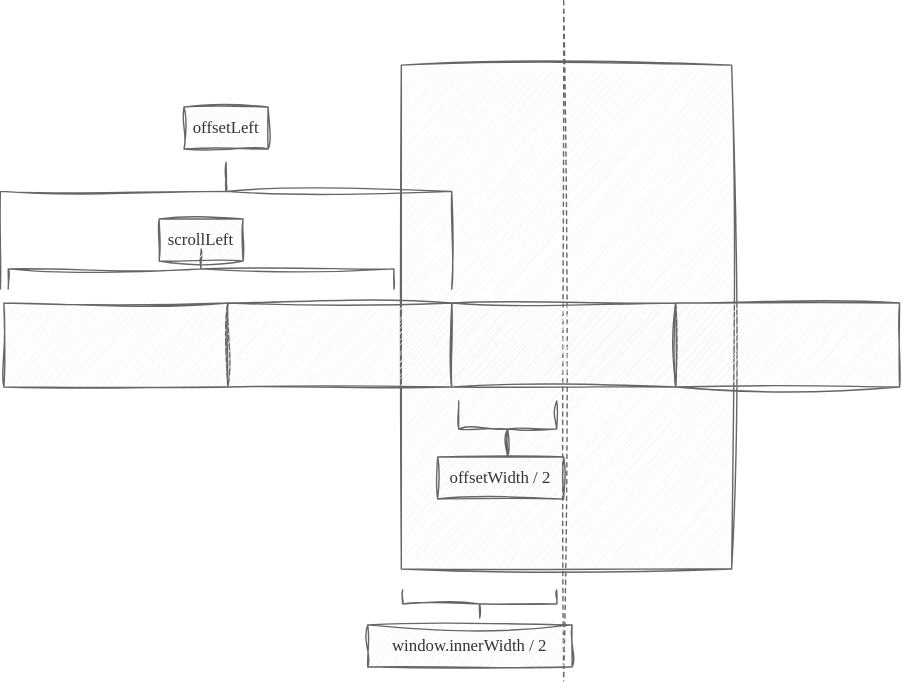
lijunlin2022/draw.io keeps this draw.io diagram as 2023-08-04-scroll-to-center.drawio.svg. Above is the earlier version. Source tidied: cells renumbered, new cells last; positions are measured from the earlier drawing's top-left corner, leaving out a move shared by most shapes.
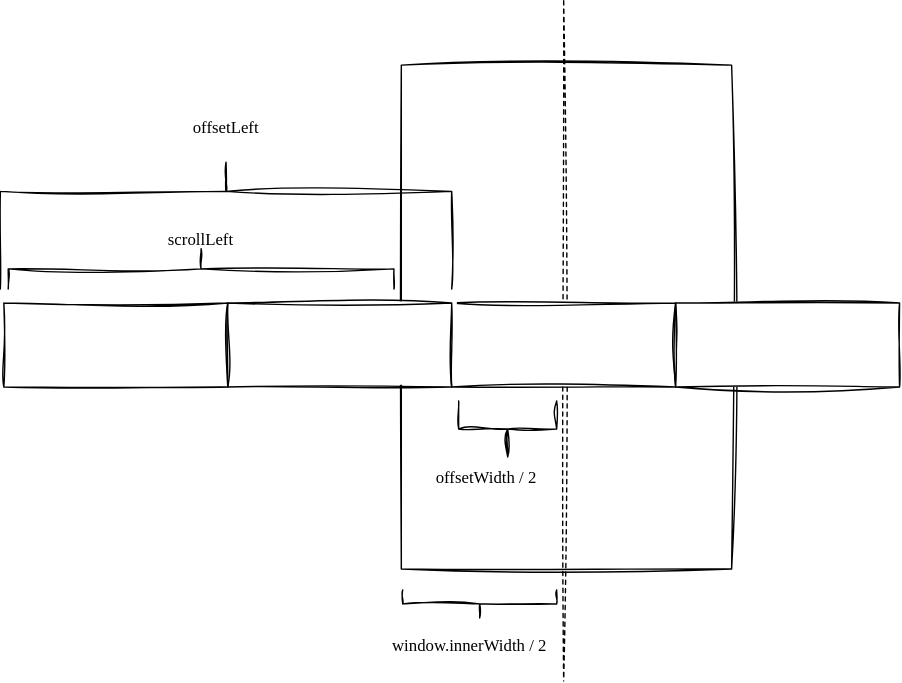
The same file after the commit.

Diff of the diagram source:
```diff
@@ -2,49 +2,49 @@
   <root>
     <mxCell id="0" />
     <mxCell id="1" parent="0" />
-    <mxCell id="2" style="whiteSpace=wrap;html=1;rounded=0;sketch=1;curveFitting=1;jiggle=2;fontFamily=Architects Daughter;fontSource=https%3A%2F%2Ffonts.googleapis.com%2Fcss%3Ffamily%3DArchitects%2BDaughter;fillColor=#f5f5f5;fontColor=#333333;strokeColor=#666666;" parent="1" vertex="1">
+    <mxCell id="2" style="whiteSpace=wrap;html=1;rounded=0;sketch=1;curveFitting=1;jiggle=2;fontFamily=Architects Daughter;fontSource=https%3A%2F%2Ffonts.googleapis.com%2Fcss%3Ffamily%3DArchitects%2BDaughter;" parent="1" vertex="1">
       <mxGeometry x="284" y="47" width="236" height="360" as="geometry" />
     </mxCell>
-    <mxCell id="3" style="orthogonalLoop=1;jettySize=auto;html=1;rounded=0;endArrow=none;endFill=0;dashed=1;sketch=1;curveFitting=1;jiggle=2;fontFamily=Architects Daughter;fontSource=https%3A%2F%2Ffonts.googleapis.com%2Fcss%3Ffamily%3DArchitects%2BDaughter;fillColor=#f5f5f5;strokeColor=#666666;" parent="1" edge="1">
+    <mxCell id="3" style="orthogonalLoop=1;jettySize=auto;html=1;rounded=0;endArrow=none;endFill=0;dashed=1;sketch=1;curveFitting=1;jiggle=2;fontFamily=Architects Daughter;fontSource=https%3A%2F%2Ffonts.googleapis.com%2Fcss%3Ffamily%3DArchitects%2BDaughter;" parent="1" edge="1">
       <mxGeometry relative="1" as="geometry">
         <mxPoint x="400" y="1" as="sourcePoint" />
         <mxPoint x="400" y="487" as="targetPoint" />
       </mxGeometry>
     </mxCell>
-    <mxCell id="4" style="rounded=0;whiteSpace=wrap;html=1;sketch=1;curveFitting=1;jiggle=2;fontFamily=Architects Daughter;fontSource=https%3A%2F%2Ffonts.googleapis.com%2Fcss%3Ffamily%3DArchitects%2BDaughter;fillColor=#f5f5f5;fontColor=#333333;strokeColor=#666666;" parent="1" vertex="1">
+    <mxCell id="4" style="rounded=0;whiteSpace=wrap;html=1;sketch=1;curveFitting=1;jiggle=2;fontFamily=Architects Daughter;fontSource=https%3A%2F%2Ffonts.googleapis.com%2Fcss%3Ffamily%3DArchitects%2BDaughter;" parent="1" vertex="1">
       <mxGeometry x="320" y="217" width="160" height="60" as="geometry" />
     </mxCell>
-    <mxCell id="5" style="rounded=0;whiteSpace=wrap;html=1;sketch=1;curveFitting=1;jiggle=2;fontFamily=Architects Daughter;fontSource=https%3A%2F%2Ffonts.googleapis.com%2Fcss%3Ffamily%3DArchitects%2BDaughter;fillColor=#f5f5f5;fontColor=#333333;strokeColor=#666666;" parent="1" vertex="1">
+    <mxCell id="5" style="rounded=0;whiteSpace=wrap;html=1;sketch=1;curveFitting=1;jiggle=2;fontFamily=Architects Daughter;fontSource=https%3A%2F%2Ffonts.googleapis.com%2Fcss%3Ffamily%3DArchitects%2BDaughter;" parent="1" vertex="1">
       <mxGeometry x="160" y="217" width="160" height="60" as="geometry" />
     </mxCell>
-    <mxCell id="6" style="rounded=0;whiteSpace=wrap;html=1;sketch=1;curveFitting=1;jiggle=2;fontFamily=Architects Daughter;fontSource=https%3A%2F%2Ffonts.googleapis.com%2Fcss%3Ffamily%3DArchitects%2BDaughter;fillColor=#f5f5f5;fontColor=#333333;strokeColor=#666666;" parent="1" vertex="1">
+    <mxCell id="6" style="rounded=0;whiteSpace=wrap;html=1;sketch=1;curveFitting=1;jiggle=2;fontFamily=Architects Daughter;fontSource=https%3A%2F%2Ffonts.googleapis.com%2Fcss%3Ffamily%3DArchitects%2BDaughter;" parent="1" vertex="1">
       <mxGeometry x="480" y="217" width="160" height="60" as="geometry" />
     </mxCell>
-    <mxCell id="7" style="rounded=0;whiteSpace=wrap;html=1;sketch=1;curveFitting=1;jiggle=2;fontFamily=Architects Daughter;fontSource=https%3A%2F%2Ffonts.googleapis.com%2Fcss%3Ffamily%3DArchitects%2BDaughter;fillColor=#f5f5f5;fontColor=#333333;strokeColor=#666666;" parent="1" vertex="1">
+    <mxCell id="7" style="rounded=0;whiteSpace=wrap;html=1;sketch=1;curveFitting=1;jiggle=2;fontFamily=Architects Daughter;fontSource=https%3A%2F%2Ffonts.googleapis.com%2Fcss%3Ffamily%3DArchitects%2BDaughter;" parent="1" vertex="1">
       <mxGeometry y="217" width="160" height="60" as="geometry" />
     </mxCell>
-    <mxCell id="8" style="shape=curlyBracket;whiteSpace=wrap;html=1;rounded=0;labelPosition=left;verticalLabelPosition=middle;align=right;verticalAlign=middle;rotation=-90;sketch=1;curveFitting=1;jiggle=2;fontFamily=Architects Daughter;fontSource=https%3A%2F%2Ffonts.googleapis.com%2Fcss%3Ffamily%3DArchitects%2BDaughter;fillColor=#f5f5f5;fontColor=#333333;strokeColor=#666666;" parent="1" vertex="1">
+    <mxCell id="8" style="shape=curlyBracket;whiteSpace=wrap;html=1;rounded=0;labelPosition=left;verticalLabelPosition=middle;align=right;verticalAlign=middle;rotation=-90;sketch=1;curveFitting=1;jiggle=2;fontFamily=Architects Daughter;fontSource=https%3A%2F%2Ffonts.googleapis.com%2Fcss%3Ffamily%3DArchitects%2BDaughter;" parent="1" vertex="1">
       <mxGeometry x="340" y="272" width="40" height="70" as="geometry" />
     </mxCell>
-    <mxCell id="9" value="offsetWidth / 2" style="text;html=1;align=center;verticalAlign=middle;whiteSpace=wrap;rounded=0;sketch=1;curveFitting=1;jiggle=2;fontFamily=Architects Daughter;fontSource=https%3A%2F%2Ffonts.googleapis.com%2Fcss%3Ffamily%3DArchitects%2BDaughter;fillColor=#f5f5f5;fontColor=#333333;strokeColor=#666666;" parent="1" vertex="1">
-      <mxGeometry x="310" y="327" width="90" height="30" as="geometry" />
+    <mxCell id="9" value="offsetWidth / 2" style="text;html=1;align=center;verticalAlign=middle;whiteSpace=wrap;rounded=0;sketch=1;curveFitting=1;jiggle=2;fontFamily=Architects Daughter;fontSource=https%3A%2F%2Ffonts.googleapis.com%2Fcss%3Ffamily%3DArchitects%2BDaughter;" parent="1" vertex="1">
+      <mxGeometry x="290" y="327" width="110" height="30" as="geometry" />
     </mxCell>
-    <mxCell id="10" style="shape=curlyBracket;whiteSpace=wrap;html=1;rounded=0;flipH=1;labelPosition=right;verticalLabelPosition=middle;align=left;verticalAlign=middle;rotation=-90;size=0.2302222222222236;sketch=1;curveFitting=1;jiggle=2;fontFamily=Architects Daughter;fontSource=https%3A%2F%2Ffonts.googleapis.com%2Fcss%3Ffamily%3DArchitects%2BDaughter;fillColor=#f5f5f5;fontColor=#333333;strokeColor=#666666;" parent="1" vertex="1">
+    <mxCell id="10" style="shape=curlyBracket;whiteSpace=wrap;html=1;rounded=0;flipH=1;labelPosition=right;verticalLabelPosition=middle;align=left;verticalAlign=middle;rotation=-90;size=0.2302222222222236;sketch=1;curveFitting=1;jiggle=2;fontFamily=Architects Daughter;fontSource=https%3A%2F%2Ffonts.googleapis.com%2Fcss%3Ffamily%3DArchitects%2BDaughter;" parent="1" vertex="1">
       <mxGeometry x="113.5" y="0.5" width="90.6" height="322.5" as="geometry" />
     </mxCell>
-    <mxCell id="11" value="offsetLeft" style="text;html=1;align=center;verticalAlign=middle;whiteSpace=wrap;rounded=0;sketch=1;curveFitting=1;jiggle=2;fontFamily=Architects Daughter;fontSource=https%3A%2F%2Ffonts.googleapis.com%2Fcss%3Ffamily%3DArchitects%2BDaughter;fillColor=#f5f5f5;fontColor=#333333;strokeColor=#666666;" parent="1" vertex="1">
+    <mxCell id="11" value="offsetLeft" style="text;html=1;align=center;verticalAlign=middle;whiteSpace=wrap;rounded=0;sketch=1;curveFitting=1;jiggle=2;fontFamily=Architects Daughter;fontSource=https%3A%2F%2Ffonts.googleapis.com%2Fcss%3Ffamily%3DArchitects%2BDaughter;" parent="1" vertex="1">
       <mxGeometry x="128.8" y="77" width="60" height="30" as="geometry" />
     </mxCell>
-    <mxCell id="12" style="shape=curlyBracket;whiteSpace=wrap;html=1;rounded=0;labelPosition=left;verticalLabelPosition=middle;align=right;verticalAlign=middle;rotation=90;sketch=1;curveFitting=1;jiggle=2;fontFamily=Architects Daughter;fontSource=https%3A%2F%2Ffonts.googleapis.com%2Fcss%3Ffamily%3DArchitects%2BDaughter;fillColor=#f5f5f5;fontColor=#333333;strokeColor=#666666;" parent="1" vertex="1">
+    <mxCell id="12" style="shape=curlyBracket;whiteSpace=wrap;html=1;rounded=0;labelPosition=left;verticalLabelPosition=middle;align=right;verticalAlign=middle;rotation=90;sketch=1;curveFitting=1;jiggle=2;fontFamily=Architects Daughter;fontSource=https%3A%2F%2Ffonts.googleapis.com%2Fcss%3Ffamily%3DArchitects%2BDaughter;" parent="1" vertex="1">
       <mxGeometry x="126.6" y="54.8" width="28.8" height="275.6" as="geometry" />
     </mxCell>
-    <mxCell id="13" value="scrollLeft" style="text;html=1;align=center;verticalAlign=middle;whiteSpace=wrap;rounded=0;sketch=1;curveFitting=1;jiggle=2;fontFamily=Architects Daughter;fontSource=https%3A%2F%2Ffonts.googleapis.com%2Fcss%3Ffamily%3DArchitects%2BDaughter;fillColor=#f5f5f5;fontColor=#333333;strokeColor=#666666;" parent="1" vertex="1">
+    <mxCell id="13" value="scrollLeft" style="text;html=1;align=center;verticalAlign=middle;whiteSpace=wrap;rounded=0;sketch=1;curveFitting=1;jiggle=2;fontFamily=Architects Daughter;fontSource=https%3A%2F%2Ffonts.googleapis.com%2Fcss%3Ffamily%3DArchitects%2BDaughter;" parent="1" vertex="1">
       <mxGeometry x="111" y="157" width="60" height="30" as="geometry" />
     </mxCell>
-    <mxCell id="14" style="shape=curlyBracket;whiteSpace=wrap;html=1;rounded=0;flipH=1;labelPosition=right;verticalLabelPosition=middle;align=left;verticalAlign=middle;rotation=90;sketch=1;curveFitting=1;jiggle=2;fontFamily=Architects Daughter;fontSource=https%3A%2F%2Ffonts.googleapis.com%2Fcss%3Ffamily%3DArchitects%2BDaughter;fillColor=#f5f5f5;fontColor=#333333;strokeColor=#666666;" parent="1" vertex="1">
+    <mxCell id="14" style="shape=curlyBracket;whiteSpace=wrap;html=1;rounded=0;flipH=1;labelPosition=right;verticalLabelPosition=middle;align=left;verticalAlign=middle;rotation=90;sketch=1;curveFitting=1;jiggle=2;fontFamily=Architects Daughter;fontSource=https%3A%2F%2Ffonts.googleapis.com%2Fcss%3Ffamily%3DArchitects%2BDaughter;" parent="1" vertex="1">
       <mxGeometry x="330" y="377" width="20" height="110" as="geometry" />
     </mxCell>
-    <mxCell id="15" value="window.innerWidth / 2" style="text;html=1;align=center;verticalAlign=middle;whiteSpace=wrap;rounded=0;sketch=1;curveFitting=1;jiggle=2;fontFamily=Architects Daughter;fontSource=https%3A%2F%2Ffonts.googleapis.com%2Fcss%3Ffamily%3DArchitects%2BDaughter;fillColor=#f5f5f5;fontColor=#333333;strokeColor=#666666;" parent="1" vertex="1">
+    <mxCell id="15" value="window.innerWidth / 2" style="text;html=1;align=center;verticalAlign=middle;whiteSpace=wrap;rounded=0;sketch=1;curveFitting=1;jiggle=2;fontFamily=Architects Daughter;fontSource=https%3A%2F%2Ffonts.googleapis.com%2Fcss%3Ffamily%3DArchitects%2BDaughter;" parent="1" vertex="1">
       <mxGeometry x="260" y="447" width="146" height="30" as="geometry" />
     </mxCell>
   </root>
```
